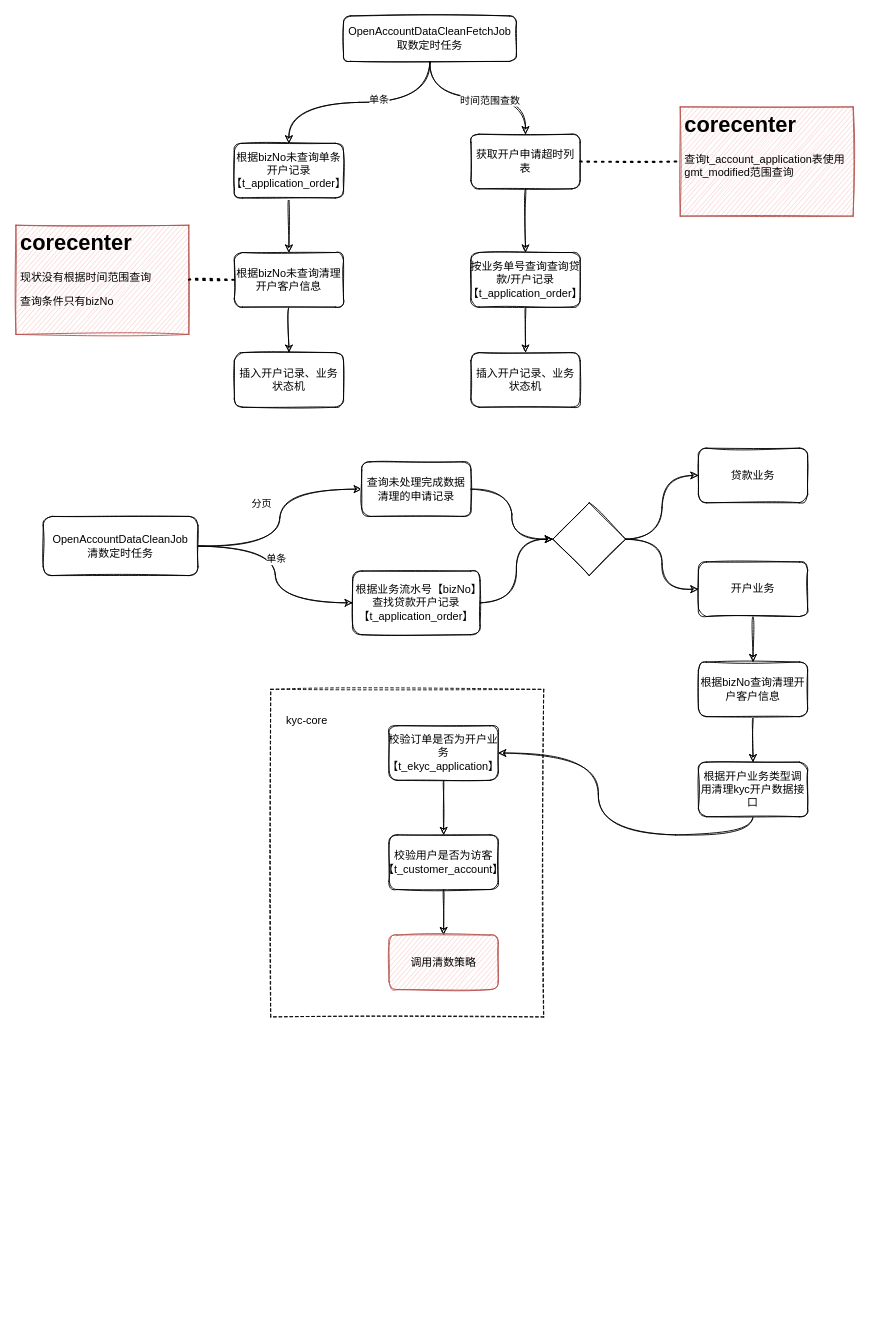
This is Untitled Diagram.drawio from QirongZhang/repository, a draw.io file, before an edit. Source tidied: cells renumbered, new cells numbered last; positions are measured from the earlier drawing's top-left corner, leaving out a move shared by most shapes. Both pictures are drawn from the tidied source at 91%, with x=0, y=0 at pixel (15, 15).
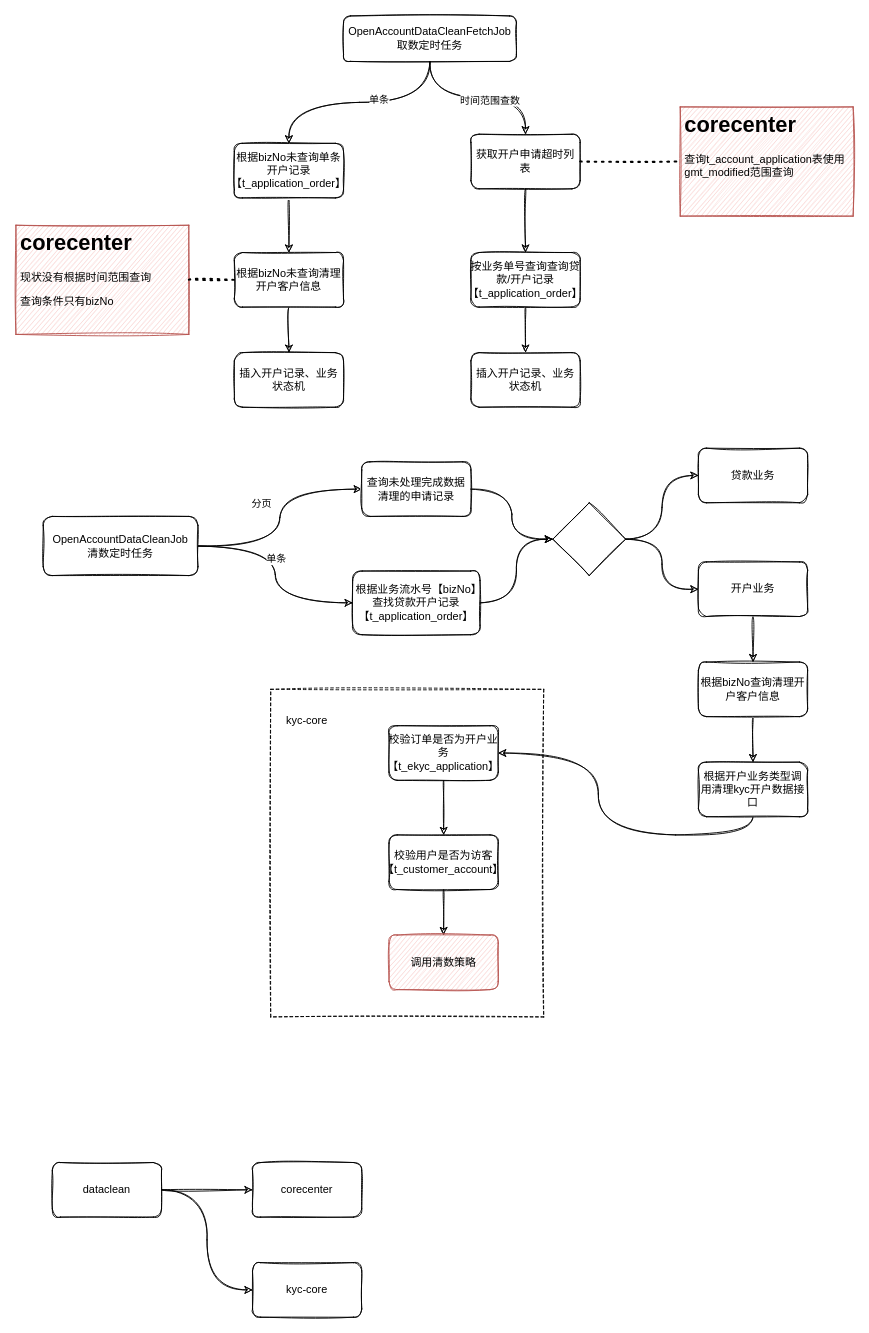
The same page after the edit.

Commit message:
新未开户数据清理

Diff of the diagram source:
```diff
@@
+    <mxCell id="47" style="edgeStyle=orthogonalEdgeStyle;curved=1;rounded=1;sketch=1;jettySize=auto;html=1;exitX=1;exitY=0.5;exitDx=0;exitDy=0;entryX=0;entryY=0.5;entryDx=0;entryDy=0;" parent="1" edge="1" source="49" target="50">
+      <mxGeometry relative="1" as="geometry" />
+    </mxCell>
+    <mxCell id="48" style="edgeStyle=orthogonalEdgeStyle;curved=1;rounded=1;sketch=1;jettySize=auto;html=1;exitX=1;exitY=0.5;exitDx=0;exitDy=0;entryX=0;entryY=0.5;entryDx=0;entryDy=0;" parent="1" edge="1" source="49" target="51">
+      <mxGeometry relative="1" as="geometry" />
+    </mxCell>
+    <mxCell id="49" value="dataclean" style="rounded=1;whiteSpace=wrap;html=1;shadow=0;glass=0;sketch=1;" parent="1" vertex="1">
+      <mxGeometry x="40" y="1260" width="120" height="60" as="geometry" />
+    </mxCell>
+    <mxCell id="50" value="corecenter" style="rounded=1;whiteSpace=wrap;html=1;shadow=0;glass=0;sketch=1;" parent="1" vertex="1">
+      <mxGeometry x="260" y="1260" width="120" height="60" as="geometry" />
+    </mxCell>
+    <mxCell id="51" value="kyc-core" style="rounded=1;whiteSpace=wrap;html=1;shadow=0;glass=0;sketch=1;" parent="1" vertex="1">
+      <mxGeometry x="260" y="1370" width="120" height="60" as="geometry" />
+    </mxCell>
```
